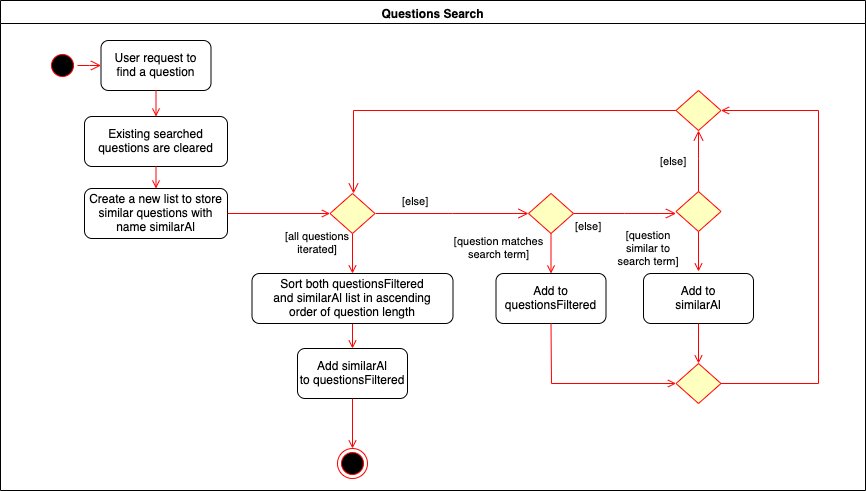
The draw.io diagram docs/images/QuestionsSearchActivityDiagram.png in nus-cs2103-AY1920S1/addressbook-level3, before a commit. Source tidied: cells renumbered, new cells last; positions are measured from the earlier drawing's top-left corner, leaving out a move shared by most shapes.
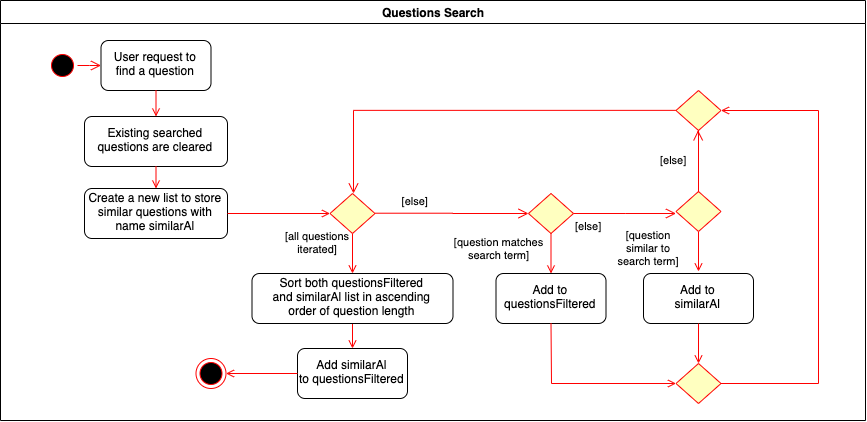
After the change.

Commit message:
Updated PPP and adjusted diagrams for questions

Diff of the diagram source:
```diff
@@ -3,7 +3,7 @@
     <mxCell id="0" />
     <mxCell id="1" parent="0" />
     <mxCell id="2" value="Questions Search" style="swimlane;whiteSpace=wrap;" parent="1" vertex="1">
-      <mxGeometry width="865" height="490" as="geometry" />
+      <mxGeometry width="865" height="420" as="geometry" />
     </mxCell>
     <mxCell id="3" style="ellipse;shape=startState;fillColor=#000000;strokeColor=#ff0000;" parent="2" vertex="1">
       <mxGeometry x="47" y="50" width="30" height="30" as="geometry" />
@@ -33,7 +33,7 @@
       <mxGeometry x="495.5" y="273" width="110" height="50" as="geometry" />
     </mxCell>
     <mxCell id="11" style="ellipse;shape=endState;fillColor=#000000;strokeColor=#ff0000;" parent="2" vertex="1">
-      <mxGeometry x="337" y="448" width="30" height="30" as="geometry" />
+      <mxGeometry x="195.5" y="358" width="30" height="30" as="geometry" />
     </mxCell>
     <mxCell id="12" style="endArrow=open;strokeColor=#FF0000;endFill=1;rounded=0;exitX=0.5;exitY=1;exitDx=0;exitDy=0;entryX=0.5;entryY=0;entryDx=0;entryDy=0;" parent="2" edge="1" source="5" target="14">
       <mxGeometry x="0.47" y="56" relative="1" as="geometry" />
@@ -120,7 +120,7 @@
     <mxCell id="31" value="Sort both questionsFiltered&#10;and similarAl list in ascending&#10;order of question length" style="rounded=1;" parent="2" vertex="1">
       <mxGeometry x="251.5" y="273" width="201" height="50" as="geometry" />
     </mxCell>
-    <mxCell id="32" style="endArrow=open;strokeColor=#FF0000;endFill=1;rounded=0;exitX=0.5;exitY=1;exitDx=0;exitDy=0;entryX=0.5;entryY=0;entryDx=0;entryDy=0;" parent="2" edge="1" source="6" target="11">
+    <mxCell id="32" style="endArrow=open;strokeColor=#FF0000;endFill=1;rounded=0;exitX=0;exitY=0.5;exitDx=0;exitDy=0;entryX=1;entryY=0.5;entryDx=0;entryDy=0;" parent="2" edge="1" source="6" target="11">
       <mxGeometry x="-0.77" y="-15" relative="1" as="geometry" />
     </mxCell>
   </root>
```
